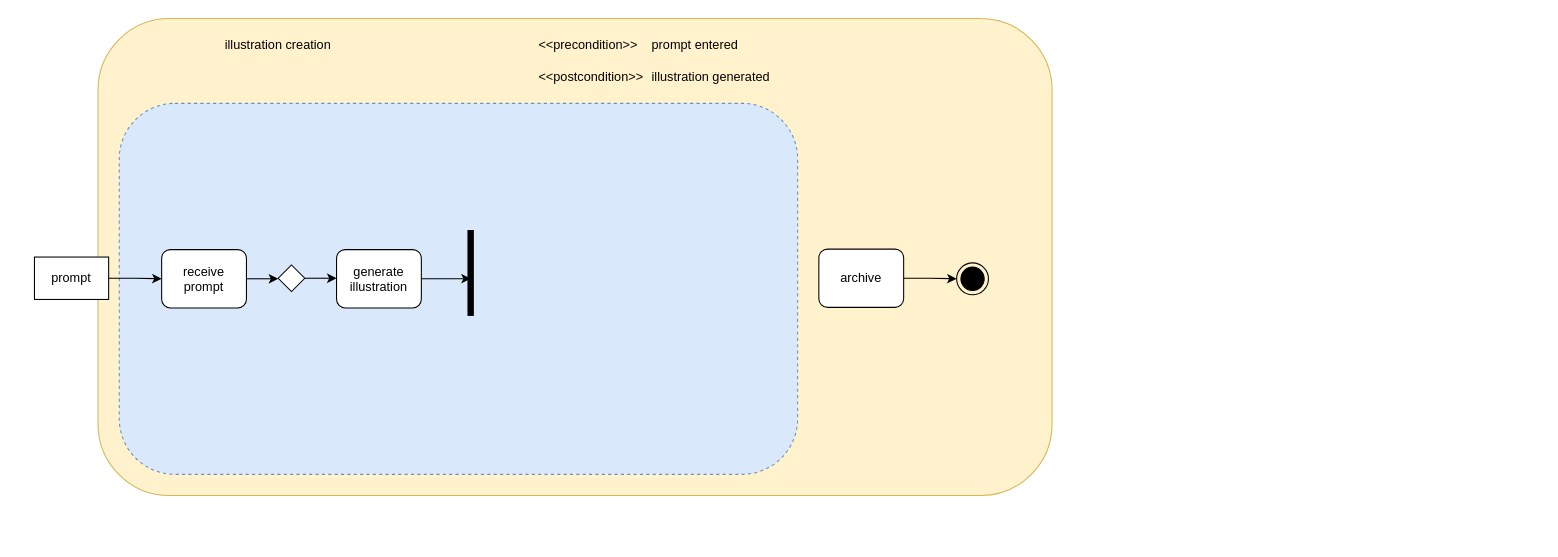
Above: Documentation/Activity Diagram/illustration create AD.drawio in Darrenchenn/Model-based-software-design (draw.io), before the change. Source tidied: cells renumbered, new cells numbered last; positions are measured from the earlier drawing's top-left corner, leaving out a move shared by most shapes. Both pictures are drawn from the tidied source at 106%, with x=0, y=0 at pixel (34, 18).
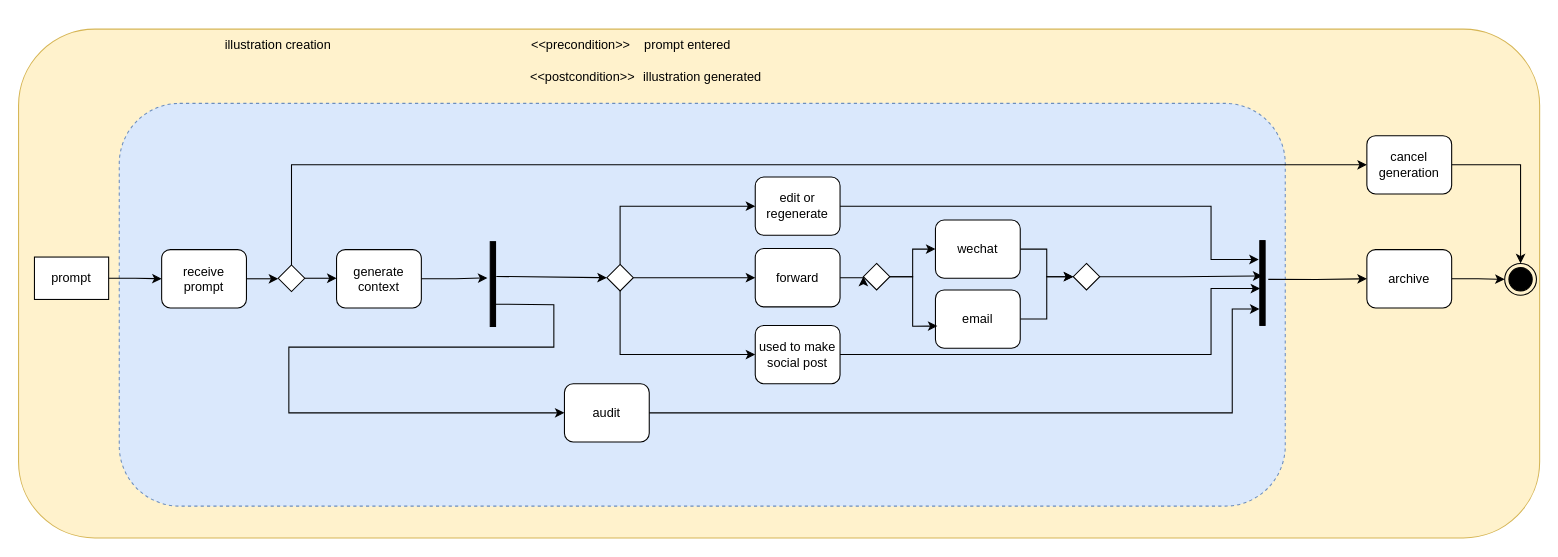
The same page after the edit.

Commit message:
add activity diagram

Unchanged cells that the change refers to:
```xml
<mxCell id="12" style="rhombus;whiteSpace=wrap;html=1;" parent="1" vertex="1">
  <mxGeometry x="230" y="232.5" width="25" height="25" as="geometry" />
</mxCell>
```

Diff of the diagram source:
```diff
@@
-    <mxCell id="2" style="rounded=1;whiteSpace=wrap;html=1;fillColor=#fff2cc;strokeColor=#d6b656;" parent="1" vertex="1">
-      <mxGeometry x="60" width="900" height="450" as="geometry" />
-    </mxCell>
+    <mxCell id="19" style="rounded=1;whiteSpace=wrap;html=1;fillColor=#fff2cc;strokeColor=#d6b656;" parent="1" vertex="1">
+      <mxGeometry x="-15" y="10" width="1435" height="480" as="geometry" />
+    </mxCell>
@@
     <mxCell id="4" value="&amp;lt;&amp;lt;precondition&amp;gt;&amp;gt;&lt;span style=&quot;white-space: pre;&quot;&gt;&#9;&lt;/span&gt;prompt entered" style="text;html=1;strokeColor=none;fillColor=none;align=center;verticalAlign=middle;whiteSpace=wrap;rounded=0;" parent="1" vertex="1">
-      <mxGeometry x="365" y="10" width="410" height="30" as="geometry" />
+      <mxGeometry x="358" y="10" width="410" height="30" as="geometry" />
     </mxCell>
     <mxCell id="5" value="&amp;lt;&amp;lt;postcondition&amp;gt;&amp;gt;&lt;span style=&quot;white-space: pre;&quot;&gt;&#9;&lt;/span&gt;illustration generated" style="text;html=1;strokeColor=none;fillColor=none;align=center;verticalAlign=middle;whiteSpace=wrap;rounded=0;" parent="1" vertex="1">
-      <mxGeometry x="380" y="40" width="410" height="30" as="geometry" />
+      <mxGeometry x="372" y="40" width="410" height="30" as="geometry" />
     </mxCell>
-    <mxCell id="6" style="rounded=1;whiteSpace=wrap;html=1;dashed=1;fillColor=#dae8fc;strokeColor=#6c8ebf;" parent="1" vertex="1">
-      <mxGeometry x="80" y="80" width="640" height="350" as="geometry" />
-    </mxCell>
+    <mxCell id="20" style="rounded=1;whiteSpace=wrap;html=1;dashed=1;fillColor=#dae8fc;strokeColor=#6c8ebf;" parent="1" vertex="1">
+      <mxGeometry x="80" y="80" width="1100" height="380" as="geometry" />
+    </mxCell>
@@
-    <mxCell id="11" style="edgeStyle=orthogonalEdgeStyle;rounded=0;jettySize=auto;html=1;exitX=1;exitY=0.5;exitDx=0;exitDy=0;entryX=0;entryY=0.5;entryDx=0;entryDy=0;" parent="1" edge="1" source="12" target="13">
-      <mxGeometry relative="1" as="geometry" />
-    </mxCell>
+    <mxCell id="21" style="edgeStyle=orthogonalEdgeStyle;rounded=0;jettySize=auto;html=1;exitX=1;exitY=0.5;exitDx=0;exitDy=0;entryX=0;entryY=0.5;entryDx=0;entryDy=0;" parent="1" edge="1" source="12" target="23">
+      <mxGeometry relative="1" as="geometry" />
+    </mxCell>
+    <mxCell id="22" style="edgeStyle=orthogonalEdgeStyle;rounded=0;jettySize=auto;html=1;exitX=0.5;exitY=0;exitDx=0;exitDy=0;entryX=0;entryY=0.5;entryDx=0;entryDy=0;" parent="1" edge="1" source="12" target="39">
+      <mxGeometry relative="1" as="geometry" />
+    </mxCell>
@@
-    <mxCell id="13" value="generate illustration" style="rounded=1;whiteSpace=wrap;html=1;" parent="1" vertex="1">
-      <mxGeometry x="285" y="218" width="80" height="55" as="geometry" />
-    </mxCell>
-    <mxCell id="14" style="edgeStyle=orthogonalEdgeStyle;rounded=0;jettySize=auto;html=1;exitX=1;exitY=0.5;exitDx=0;exitDy=0;entryX=0;entryY=0.5;entryDx=0;entryDy=0;" parent="1" edge="1" source="15" target="16">
-      <mxGeometry relative="1" as="geometry" />
-    </mxCell>
+    <mxCell id="23" value="generate context" style="rounded=1;whiteSpace=wrap;html=1;" parent="1" vertex="1">
+      <mxGeometry x="285" y="218" width="80" height="55" as="geometry" />
+    </mxCell>
+    <mxCell id="24" style="edgeStyle=orthogonalEdgeStyle;rounded=0;jettySize=auto;html=1;exitX=1;exitY=0.5;exitDx=0;exitDy=0;entryX=0;entryY=0.5;entryDx=0;entryDy=0;" parent="1" edge="1" source="15" target="25">
+      <mxGeometry relative="1" as="geometry" />
+    </mxCell>
     <mxCell id="15" value="archive" style="rounded=1;whiteSpace=wrap;html=1;" parent="1" vertex="1">
-      <mxGeometry x="740" y="217.5" width="80" height="55" as="geometry" />
+      <mxGeometry x="1257" y="218" width="80" height="55" as="geometry" />
     </mxCell>
-    <mxCell id="16" style="ellipse;html=1;shape=endState;fillColor=strokeColor;" parent="1" vertex="1">
-      <mxGeometry x="870" y="230.5" width="30" height="30" as="geometry" />
-    </mxCell>
-    <mxCell id="17" style="html=1;points=[];perimeter=orthogonalPerimeter;fillColor=strokeColor;" parent="1" vertex="1">
-      <mxGeometry x="409" y="200" width="5" height="80" as="geometry" />
-    </mxCell>
-    <mxCell id="18" style="edgeStyle=orthogonalEdgeStyle;rounded=0;jettySize=auto;html=1;exitX=1;exitY=0.5;exitDx=0;exitDy=0;entryX=0.533;entryY=0.567;entryDx=0;entryDy=0;entryPerimeter=0;" parent="1" edge="1" source="13" target="17">
-      <mxGeometry relative="1" as="geometry" />
-    </mxCell>
+    <mxCell id="25" style="ellipse;html=1;shape=endState;fillColor=strokeColor;" parent="1" vertex="1">
+      <mxGeometry x="1387" y="231" width="30" height="30" as="geometry" />
+    </mxCell>
+    <mxCell id="26" style="edgeStyle=orthogonalEdgeStyle;rounded=0;jettySize=auto;html=1;exitX=1;exitY=0.5;exitDx=0;exitDy=0;entryX=-0.536;entryY=0.427;entryDx=0;entryDy=0;entryPerimeter=0;" parent="1" edge="1" source="23" target="40">
+      <mxGeometry relative="1" as="geometry" />
+    </mxCell>
+    <mxCell id="27" style="edgeStyle=orthogonalEdgeStyle;rounded=0;jettySize=auto;html=1;exitX=0.5;exitY=0;exitDx=0;exitDy=0;entryX=0;entryY=0.5;entryDx=0;entryDy=0;" parent="1" edge="1" source="30" target="32">
+      <mxGeometry relative="1" as="geometry" />
+    </mxCell>
+    <mxCell id="28" style="edgeStyle=orthogonalEdgeStyle;rounded=0;jettySize=auto;html=1;exitX=1;exitY=0.5;exitDx=0;exitDy=0;entryX=0;entryY=0.5;entryDx=0;entryDy=0;" parent="1" edge="1" source="30" target="34">
+      <mxGeometry relative="1" as="geometry" />
+    </mxCell>
+    <mxCell id="29" style="edgeStyle=orthogonalEdgeStyle;rounded=0;jettySize=auto;html=1;exitX=0.5;exitY=1;exitDx=0;exitDy=0;entryX=0;entryY=0.5;entryDx=0;entryDy=0;" parent="1" edge="1" source="30" target="36">
+      <mxGeometry relative="1" as="geometry" />
+    </mxCell>
+    <mxCell id="30" style="rhombus;whiteSpace=wrap;html=1;" parent="1" vertex="1">
+      <mxGeometry x="540" y="232" width="25" height="25" as="geometry" />
+    </mxCell>
+    <mxCell id="31" style="edgeStyle=orthogonalEdgeStyle;rounded=0;jettySize=auto;html=1;exitX=1;exitY=0.5;exitDx=0;exitDy=0;entryX=-0.2;entryY=0.223;entryDx=0;entryDy=0;entryPerimeter=0;" parent="1" edge="1" source="32" target="44">
+      <mxGeometry relative="1" as="geometry">
+        <Array as="points">
+          <mxPoint x="1110" y="177" />
+          <mxPoint x="1110" y="227" />
+        </Array>
+      </mxGeometry>
+    </mxCell>
+    <mxCell id="32" value="edit or regenerate" style="rounded=1;whiteSpace=wrap;html=1;" parent="1" vertex="1">
+      <mxGeometry x="680" y="149.5" width="80" height="55" as="geometry" />
+    </mxCell>
+    <mxCell id="33" style="edgeStyle=orthogonalEdgeStyle;rounded=0;jettySize=auto;html=1;exitX=1;exitY=0.5;exitDx=0;exitDy=0;entryX=0;entryY=0.5;entryDx=0;entryDy=0;" parent="1" edge="1" source="34" target="47">
+      <mxGeometry relative="1" as="geometry" />
+    </mxCell>
+    <mxCell id="34" value="forward" style="rounded=1;whiteSpace=wrap;html=1;" parent="1" vertex="1">
+      <mxGeometry x="680" y="217" width="80" height="55" as="geometry" />
+    </mxCell>
+    <mxCell id="35" style="edgeStyle=orthogonalEdgeStyle;rounded=0;jettySize=auto;html=1;exitX=1;exitY=0.5;exitDx=0;exitDy=0;entryX=0.067;entryY=0.565;entryDx=0;entryDy=0;entryPerimeter=0;" parent="1" edge="1" source="36" target="44">
+      <mxGeometry relative="1" as="geometry">
+        <Array as="points">
+          <mxPoint x="1110" y="317" />
+          <mxPoint x="1110" y="255" />
+        </Array>
+      </mxGeometry>
+    </mxCell>
+    <mxCell id="36" value="used to make social post" style="rounded=1;whiteSpace=wrap;html=1;" parent="1" vertex="1">
+      <mxGeometry x="680" y="289.5" width="80" height="55" as="geometry" />
+    </mxCell>
+    <mxCell id="37" style="edgeStyle=orthogonalEdgeStyle;rounded=0;jettySize=auto;html=1;exitX=1.598;exitY=0.457;exitDx=0;exitDy=0;entryX=0;entryY=0.5;entryDx=0;entryDy=0;exitPerimeter=0;" parent="1" edge="1" source="44" target="15">
+      <mxGeometry relative="1" as="geometry" />
+    </mxCell>
+    <mxCell id="38" style="edgeStyle=orthogonalEdgeStyle;rounded=0;jettySize=auto;html=1;exitX=1;exitY=0.5;exitDx=0;exitDy=0;entryX=0.5;entryY=0;entryDx=0;entryDy=0;" parent="1" edge="1" source="39" target="25">
+      <mxGeometry relative="1" as="geometry" />
+    </mxCell>
+    <mxCell id="39" value="cancel generation" style="rounded=1;whiteSpace=wrap;html=1;" parent="1" vertex="1">
+      <mxGeometry x="1257" y="110.5" width="80" height="55" as="geometry" />
+    </mxCell>
+    <mxCell id="40" style="html=1;points=[];perimeter=orthogonalPerimeter;fillColor=strokeColor;" parent="1" vertex="1">
+      <mxGeometry x="430" y="210.5" width="5" height="80" as="geometry" />
+    </mxCell>
+    <mxCell id="41" style="endArrow=classic;html=1;rounded=0;exitX=1.143;exitY=0.41;exitDx=0;exitDy=0;exitPerimeter=0;entryX=0;entryY=0.5;entryDx=0;entryDy=0;" parent="1" edge="1" source="40" target="30">
+      <mxGeometry relative="1" as="geometry" />
+    </mxCell>
+    <mxCell id="42" value="audit" style="rounded=1;whiteSpace=wrap;html=1;" parent="1" vertex="1">
+      <mxGeometry x="500" y="344.5" width="80" height="55" as="geometry" />
+    </mxCell>
+    <mxCell id="43" style="endArrow=classic;html=1;rounded=0;exitX=0.775;exitY=0.737;exitDx=0;exitDy=0;exitPerimeter=0;entryX=0;entryY=0.5;entryDx=0;entryDy=0;" parent="1" edge="1" source="40" target="42">
+      <mxGeometry relative="1" as="geometry">
+        <Array as="points">
+          <mxPoint x="490" y="270" />
+          <mxPoint x="490" y="310" />
+          <mxPoint x="240" y="310" />
+          <mxPoint x="240" y="372" />
+        </Array>
+      </mxGeometry>
+    </mxCell>
+    <mxCell id="44" style="html=1;points=[];perimeter=orthogonalPerimeter;fillColor=strokeColor;" parent="1" vertex="1">
+      <mxGeometry x="1156" y="209.5" width="5" height="80" as="geometry" />
+    </mxCell>
+    <mxCell id="45" style="edgeStyle=orthogonalEdgeStyle;rounded=0;jettySize=auto;html=1;exitX=1;exitY=0.5;exitDx=0;exitDy=0;entryX=-0.067;entryY=0.806;entryDx=0;entryDy=0;entryPerimeter=0;" parent="1" edge="1" source="42" target="44">
+      <mxGeometry relative="1" as="geometry">
+        <Array as="points">
+          <mxPoint x="1130" y="372" />
+          <mxPoint x="1130" y="274" />
+        </Array>
+      </mxGeometry>
+    </mxCell>
+    <mxCell id="46" style="edgeStyle=orthogonalEdgeStyle;rounded=0;jettySize=auto;html=1;exitX=1;exitY=0.5;exitDx=0;exitDy=0;entryX=0;entryY=0.5;entryDx=0;entryDy=0;" parent="1" edge="1" source="47" target="49">
+      <mxGeometry relative="1" as="geometry" />
+    </mxCell>
+    <mxCell id="47" style="rhombus;whiteSpace=wrap;html=1;" parent="1" vertex="1">
+      <mxGeometry x="782" y="231" width="25" height="25" as="geometry" />
+    </mxCell>
+    <mxCell id="48" style="edgeStyle=orthogonalEdgeStyle;rounded=0;jettySize=auto;html=1;exitX=1;exitY=0.5;exitDx=0;exitDy=0;entryX=0;entryY=0.5;entryDx=0;entryDy=0;" parent="1" edge="1" source="49" target="53">
+      <mxGeometry relative="1" as="geometry" />
+    </mxCell>
+    <mxCell id="49" value="wechat" style="rounded=1;whiteSpace=wrap;html=1;" parent="1" vertex="1">
+      <mxGeometry x="850" y="190" width="80" height="55" as="geometry" />
+    </mxCell>
+    <mxCell id="50" style="edgeStyle=orthogonalEdgeStyle;rounded=0;jettySize=auto;html=1;exitX=1;exitY=0.5;exitDx=0;exitDy=0;entryX=0;entryY=0.5;entryDx=0;entryDy=0;" parent="1" edge="1" source="51" target="53">
+      <mxGeometry relative="1" as="geometry" />
+    </mxCell>
+    <mxCell id="51" value="email" style="rounded=1;whiteSpace=wrap;html=1;" parent="1" vertex="1">
+      <mxGeometry x="850" y="256" width="80" height="55" as="geometry" />
+    </mxCell>
+    <mxCell id="52" style="edgeStyle=orthogonalEdgeStyle;rounded=0;jettySize=auto;html=1;exitX=1;exitY=0.5;exitDx=0;exitDy=0;entryX=0.023;entryY=0.621;entryDx=0;entryDy=0;entryPerimeter=0;" parent="1" edge="1" source="47" target="51">
+      <mxGeometry relative="1" as="geometry" />
+    </mxCell>
+    <mxCell id="53" style="rhombus;whiteSpace=wrap;html=1;" parent="1" vertex="1">
+      <mxGeometry x="980" y="231" width="25" height="25" as="geometry" />
+    </mxCell>
+    <mxCell id="54" style="edgeStyle=orthogonalEdgeStyle;rounded=0;jettySize=auto;html=1;exitX=1;exitY=0.5;exitDx=0;exitDy=0;entryX=0.494;entryY=0.416;entryDx=0;entryDy=0;entryPerimeter=0;" parent="1" edge="1" source="53" target="44">
+      <mxGeometry relative="1" as="geometry" />
+    </mxCell>
```
